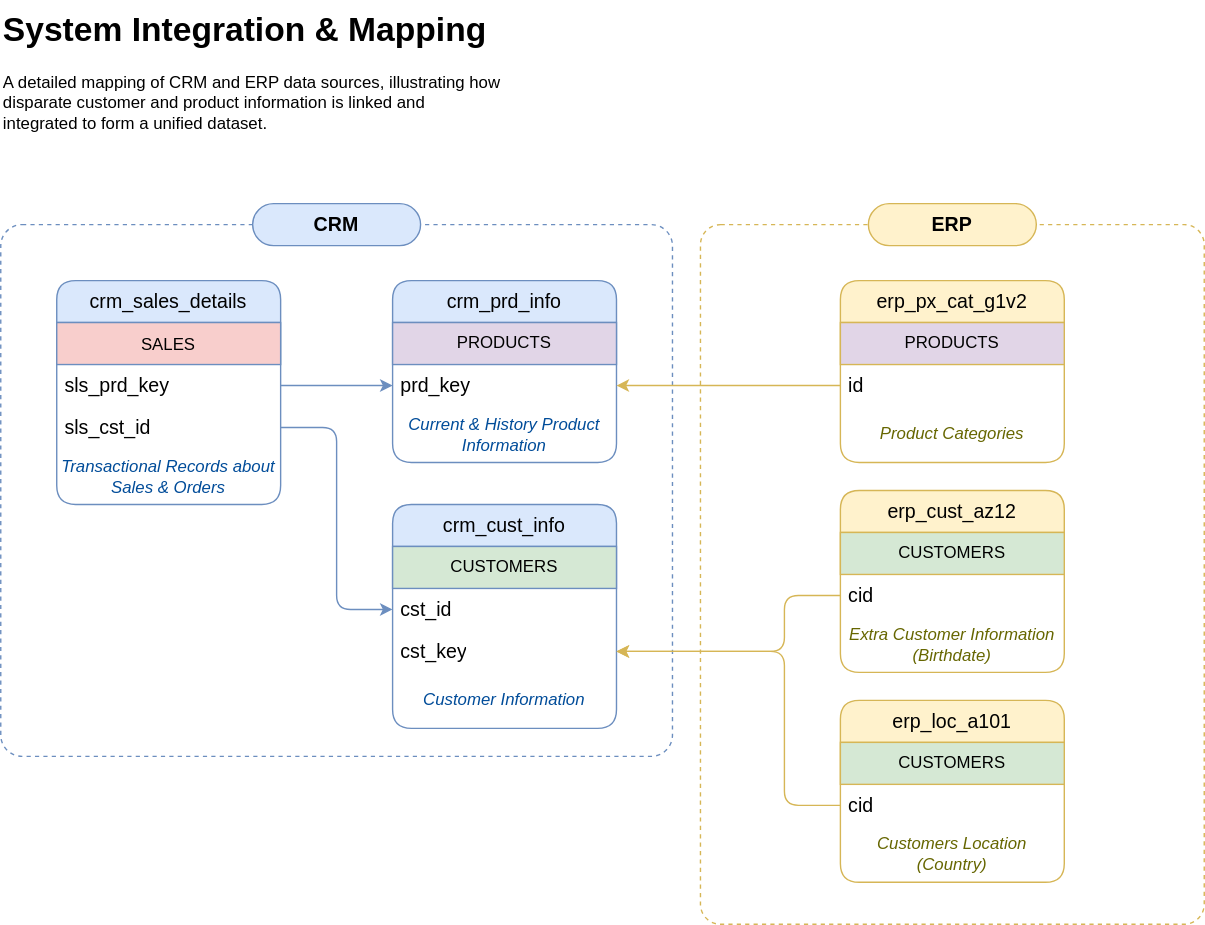
sohaib-atef/sql-data-warehouse-project keeps this draw.io diagram as docs/images/integration-model.drawio.svg. Above is the earlier version. Source tidied: cells renumbered, new cells last; positions are measured from the earlier drawing's top-left corner, leaving out a move shared by most shapes. Source of this version:
```xml
<mxGraphModel>
  <root>
    <mxCell id="0" />
    <mxCell id="1" parent="0" />
    <mxCell id="2" style="rounded=1;whiteSpace=wrap;html=1;arcSize=4;fillColor=#FFFFFF;strokeColor=#d6b656;dashed=1;" parent="1" vertex="1">
      <mxGeometry x="500" y="160" width="360" height="500" as="geometry" />
    </mxCell>
    <mxCell id="3" style="rounded=1;whiteSpace=wrap;html=1;arcSize=4;fillColor=#FFFFFF;strokeColor=#6c8ebf;dashed=1;" parent="1" vertex="1">
      <mxGeometry y="160" width="480" height="380" as="geometry" />
    </mxCell>
    <mxCell id="4" value="crm_cust_info" style="swimlane;fontStyle=0;horizontal=1;startSize=30;whiteSpace=wrap;html=1;rounded=1;fillColor=#dae8fc;strokeColor=#6c8ebf;fontSize=14;" parent="1" vertex="1">
      <mxGeometry x="280" y="360" width="160" height="160" as="geometry" />
    </mxCell>
    <mxCell id="5" value="&lt;font&gt;CUSTOMERS&lt;/font&gt;" style="text;html=1;strokeColor=#6C8EBF;fillColor=#d5e8d4;align=center;verticalAlign=middle;whiteSpace=wrap;overflow=hidden;fontSize=12;" parent="4" vertex="1">
      <mxGeometry y="30" width="160" height="30" as="geometry" />
    </mxCell>
    <mxCell id="6" value="cst_id" style="text;strokeColor=none;fillColor=none;align=left;verticalAlign=middle;spacingLeft=4;spacingRight=4;overflow=hidden;points=[[0,0.5],[1,0.5]];portConstraint=eastwest;whiteSpace=wrap;html=1;fontSize=14;" parent="4" vertex="1">
      <mxGeometry y="60" width="160" height="30" as="geometry" />
    </mxCell>
    <mxCell id="7" value="cst_key" style="text;strokeColor=none;fillColor=none;align=left;verticalAlign=middle;spacingLeft=4;spacingRight=4;overflow=hidden;points=[[0,0.5],[1,0.5]];portConstraint=eastwest;whiteSpace=wrap;html=1;fontSize=14;" parent="4" vertex="1">
      <mxGeometry y="90" width="160" height="30" as="geometry" />
    </mxCell>
    <mxCell id="8" value="Customer Information" style="text;html=1;whiteSpace=wrap;strokeColor=none;fillColor=none;align=center;verticalAlign=middle;rounded=1;fontColor=#004C99;spacingTop=0;labelBackgroundColor=none;labelBorderColor=none;textShadow=0;fontStyle=2;" parent="4" vertex="1">
      <mxGeometry y="120" width="160" height="40" as="geometry" />
    </mxCell>
    <mxCell id="9" value="crm_prd_info" style="swimlane;fontStyle=0;horizontal=1;startSize=30;whiteSpace=wrap;html=1;rounded=1;fillColor=#dae8fc;strokeColor=#6c8ebf;fontSize=14;" parent="1" vertex="1">
      <mxGeometry x="280" y="200" width="160" height="130" as="geometry" />
    </mxCell>
    <mxCell id="10" value="PRODUCTS" style="text;html=1;strokeColor=#6C8EBF;fillColor=#e1d5e7;align=center;verticalAlign=middle;whiteSpace=wrap;overflow=hidden;fontStyle=0;fontSize=12;" parent="9" vertex="1">
      <mxGeometry y="30" width="160" height="30" as="geometry" />
    </mxCell>
    <mxCell id="11" value="prd_key" style="text;strokeColor=none;fillColor=none;align=left;verticalAlign=middle;spacingLeft=4;spacingRight=4;overflow=hidden;points=[[0,0.5],[1,0.5]];portConstraint=eastwest;whiteSpace=wrap;html=1;fontSize=14;" parent="9" vertex="1">
      <mxGeometry y="60" width="160" height="30" as="geometry" />
    </mxCell>
    <mxCell id="12" value="Current &amp;amp; History Product Information" style="text;html=1;whiteSpace=wrap;strokeColor=none;fillColor=none;align=center;verticalAlign=middle;rounded=1;fontColor=#004C99;spacingTop=0;labelBackgroundColor=none;labelBorderColor=none;textShadow=0;fontStyle=2;" parent="9" vertex="1">
      <mxGeometry y="90" width="160" height="40" as="geometry" />
    </mxCell>
    <mxCell id="13" value="crm_sales_details" style="swimlane;fontStyle=0;horizontal=1;startSize=30;whiteSpace=wrap;html=1;rounded=1;fillColor=#dae8fc;strokeColor=#6c8ebf;fontSize=14;" parent="1" vertex="1">
      <mxGeometry x="40" y="200" width="160" height="160" as="geometry" />
    </mxCell>
    <mxCell id="14" value="&lt;font style=&quot;font-size: 12px;&quot;&gt;SALES&lt;/font&gt;" style="text;html=1;strokeColor=#6C8EBF;fillColor=#f8cecc;align=center;verticalAlign=middle;whiteSpace=wrap;overflow=hidden;fontSize=14;" parent="13" vertex="1">
      <mxGeometry y="30" width="160" height="30" as="geometry" />
    </mxCell>
    <mxCell id="15" value="sls_prd_key" style="text;strokeColor=none;fillColor=none;align=left;verticalAlign=middle;spacingLeft=4;spacingRight=4;overflow=hidden;points=[[0,0.5],[1,0.5]];portConstraint=eastwest;whiteSpace=wrap;html=1;fontSize=14;" parent="13" vertex="1">
      <mxGeometry y="60" width="160" height="30" as="geometry" />
    </mxCell>
    <mxCell id="16" value="sls_cst_id" style="text;strokeColor=none;fillColor=none;align=left;verticalAlign=middle;spacingLeft=4;spacingRight=4;overflow=hidden;points=[[0,0.5],[1,0.5]];portConstraint=eastwest;whiteSpace=wrap;html=1;fontSize=14;" parent="13" vertex="1">
      <mxGeometry y="90" width="160" height="30" as="geometry" />
    </mxCell>
    <mxCell id="17" value="Transactional Records about Sales &amp;amp; Orders" style="text;html=1;whiteSpace=wrap;strokeColor=none;fillColor=none;align=center;verticalAlign=middle;rounded=1;fontColor=#004C99;spacingTop=0;labelBackgroundColor=none;labelBorderColor=none;textShadow=0;fontStyle=2;" parent="13" vertex="1">
      <mxGeometry y="120" width="160" height="40" as="geometry" />
    </mxCell>
    <mxCell id="18" style="edgeStyle=orthogonalEdgeStyle;rounded=1;jettySize=auto;html=1;exitX=1;exitY=0.5;exitDx=0;exitDy=0;entryX=0;entryY=0.5;entryDx=0;entryDy=0;curved=0;fillColor=#dae8fc;strokeColor=#6c8ebf;" parent="1" edge="1" source="16" target="6">
      <mxGeometry relative="1" as="geometry" />
    </mxCell>
    <mxCell id="19" style="edgeStyle=orthogonalEdgeStyle;rounded=1;jettySize=auto;html=1;exitX=1;exitY=0.5;exitDx=0;exitDy=0;entryX=0;entryY=0.5;entryDx=0;entryDy=0;curved=0;fillColor=#dae8fc;strokeColor=#6c8ebf;" parent="1" edge="1" source="15" target="11">
      <mxGeometry relative="1" as="geometry" />
    </mxCell>
    <mxCell id="20" value="erp_cust_az12" style="swimlane;fontStyle=0;horizontal=1;startSize=30;whiteSpace=wrap;html=1;rounded=1;fillColor=#fff2cc;strokeColor=#d6b656;fontSize=14;" parent="1" vertex="1">
      <mxGeometry x="600" y="350" width="160" height="130" as="geometry" />
    </mxCell>
    <mxCell id="21" value="&lt;font&gt;CUSTOMERS&lt;/font&gt;" style="text;html=1;strokeColor=#D6B656;fillColor=#d5e8d4;align=center;verticalAlign=middle;whiteSpace=wrap;overflow=hidden;" parent="20" vertex="1">
      <mxGeometry y="30" width="160" height="30" as="geometry" />
    </mxCell>
    <mxCell id="22" value="cid" style="text;strokeColor=none;fillColor=none;align=left;verticalAlign=middle;spacingLeft=4;spacingRight=4;overflow=hidden;points=[[0,0.5],[1,0.5]];portConstraint=eastwest;whiteSpace=wrap;html=1;fontSize=14;" parent="20" vertex="1">
      <mxGeometry y="60" width="160" height="30" as="geometry" />
    </mxCell>
    <mxCell id="23" value="Extra Customer Information (Birthdate)" style="text;html=1;whiteSpace=wrap;strokeColor=none;fillColor=none;align=center;verticalAlign=middle;rounded=1;fontColor=#666600;spacingTop=0;labelBackgroundColor=none;labelBorderColor=none;textShadow=0;fontStyle=2;" parent="20" vertex="1">
      <mxGeometry y="90" width="160" height="40" as="geometry" />
    </mxCell>
    <mxCell id="24" value="erp_loc_a101" style="swimlane;fontStyle=0;horizontal=1;startSize=30;whiteSpace=wrap;html=1;rounded=1;fillColor=#fff2cc;strokeColor=#d6b656;fontSize=14;" parent="1" vertex="1">
      <mxGeometry x="600" y="500" width="160" height="130" as="geometry" />
    </mxCell>
    <mxCell id="25" value="&lt;font&gt;CUSTOMERS&lt;/font&gt;" style="text;html=1;strokeColor=#D6B656;fillColor=#d5e8d4;align=center;verticalAlign=middle;whiteSpace=wrap;overflow=hidden;fontSize=12;" parent="24" vertex="1">
      <mxGeometry y="30" width="160" height="30" as="geometry" />
    </mxCell>
    <mxCell id="26" value="cid" style="text;strokeColor=none;fillColor=none;align=left;verticalAlign=middle;spacingLeft=4;spacingRight=4;overflow=hidden;points=[[0,0.5],[1,0.5]];portConstraint=eastwest;whiteSpace=wrap;html=1;fontSize=14;" parent="24" vertex="1">
      <mxGeometry y="60" width="160" height="30" as="geometry" />
    </mxCell>
    <mxCell id="27" value="Customers Location (Country)" style="text;html=1;whiteSpace=wrap;strokeColor=none;fillColor=none;align=center;verticalAlign=middle;rounded=1;fontColor=#666600;spacingTop=0;labelBackgroundColor=none;labelBorderColor=none;textShadow=0;fontStyle=2;" parent="24" vertex="1">
      <mxGeometry y="90" width="160" height="40" as="geometry" />
    </mxCell>
    <mxCell id="28" value="erp_px_cat_g1v2" style="swimlane;fontStyle=0;horizontal=1;startSize=30;whiteSpace=wrap;html=1;rounded=1;fillColor=#fff2cc;strokeColor=#d6b656;fontSize=14;" parent="1" vertex="1">
      <mxGeometry x="600" y="200" width="160" height="130" as="geometry" />
    </mxCell>
    <mxCell id="29" value="&lt;font&gt;PRODUCTS&lt;/font&gt;" style="text;html=1;strokeColor=#D6B656;fillColor=#e1d5e7;align=center;verticalAlign=middle;whiteSpace=wrap;overflow=hidden;fontSize=12;" parent="28" vertex="1">
      <mxGeometry y="30" width="160" height="30" as="geometry" />
    </mxCell>
    <mxCell id="30" value="id" style="text;strokeColor=none;fillColor=none;align=left;verticalAlign=middle;spacingLeft=4;spacingRight=4;overflow=hidden;points=[[0,0.5],[1,0.5]];portConstraint=eastwest;whiteSpace=wrap;html=1;fontSize=14;" parent="28" vertex="1">
      <mxGeometry y="60" width="160" height="30" as="geometry" />
    </mxCell>
    <mxCell id="31" value="Product Categories" style="text;html=1;whiteSpace=wrap;strokeColor=none;fillColor=none;align=center;verticalAlign=middle;rounded=1;fontColor=#666600;spacingTop=0;labelBackgroundColor=none;labelBorderColor=none;textShadow=0;fontStyle=2;" parent="28" vertex="1">
      <mxGeometry y="90" width="160" height="40" as="geometry" />
    </mxCell>
    <mxCell id="32" style="edgeStyle=orthogonalEdgeStyle;rounded=1;jettySize=auto;html=1;exitX=0;exitY=0.5;exitDx=0;exitDy=0;entryX=1;entryY=0.5;entryDx=0;entryDy=0;curved=0;fillColor=#fff2cc;strokeColor=#d6b656;" parent="1" edge="1" source="22" target="7">
      <mxGeometry relative="1" as="geometry">
        <Array as="points">
          <mxPoint x="560" y="425" />
          <mxPoint x="560" y="465" />
        </Array>
      </mxGeometry>
    </mxCell>
    <mxCell id="33" style="edgeStyle=orthogonalEdgeStyle;rounded=1;jettySize=auto;html=1;exitX=0;exitY=0.5;exitDx=0;exitDy=0;entryX=1;entryY=0.5;entryDx=0;entryDy=0;fillColor=#fff2cc;strokeColor=#d6b656;curved=0;" parent="1" edge="1" source="26" target="7">
      <mxGeometry relative="1" as="geometry">
        <Array as="points">
          <mxPoint x="560" y="575" />
          <mxPoint x="560" y="465" />
        </Array>
      </mxGeometry>
    </mxCell>
    <mxCell id="34" style="edgeStyle=orthogonalEdgeStyle;rounded=1;jettySize=auto;html=1;exitX=0;exitY=0.5;exitDx=0;exitDy=0;entryX=1;entryY=0.5;entryDx=0;entryDy=0;curved=0;fillColor=#fff2cc;strokeColor=#d6b656;" parent="1" edge="1" source="30" target="11">
      <mxGeometry relative="1" as="geometry" />
    </mxCell>
    <mxCell id="35" value="CRM" style="rounded=1;whiteSpace=wrap;html=1;fillColor=#dae8fc;strokeColor=#6c8ebf;fontStyle=1;fontSize=14;arcSize=50;" parent="1" vertex="1">
      <mxGeometry x="180" y="145" width="120" height="30" as="geometry" />
    </mxCell>
    <mxCell id="36" value="ERP" style="rounded=1;whiteSpace=wrap;html=1;fillColor=#fff2cc;strokeColor=#d6b656;fontStyle=1;fontSize=14;arcSize=50;" parent="1" vertex="1">
      <mxGeometry x="620" y="145" width="120" height="30" as="geometry" />
    </mxCell>
    <mxCell id="37" value="&lt;h1 style=&quot;margin-top: 0px;&quot;&gt;System Integration &amp;amp; Mapping&lt;/h1&gt;&lt;p&gt;A detailed mapping of CRM and ERP data sources, illustrating how disparate customer and product information is linked and integrated to form a unified dataset.&lt;/p&gt;" style="text;html=1;whiteSpace=wrap;overflow=hidden;rounded=0;" parent="1" vertex="1">
      <mxGeometry width="360" height="120" as="geometry" />
    </mxCell>
  </root>
</mxGraphModel>
```
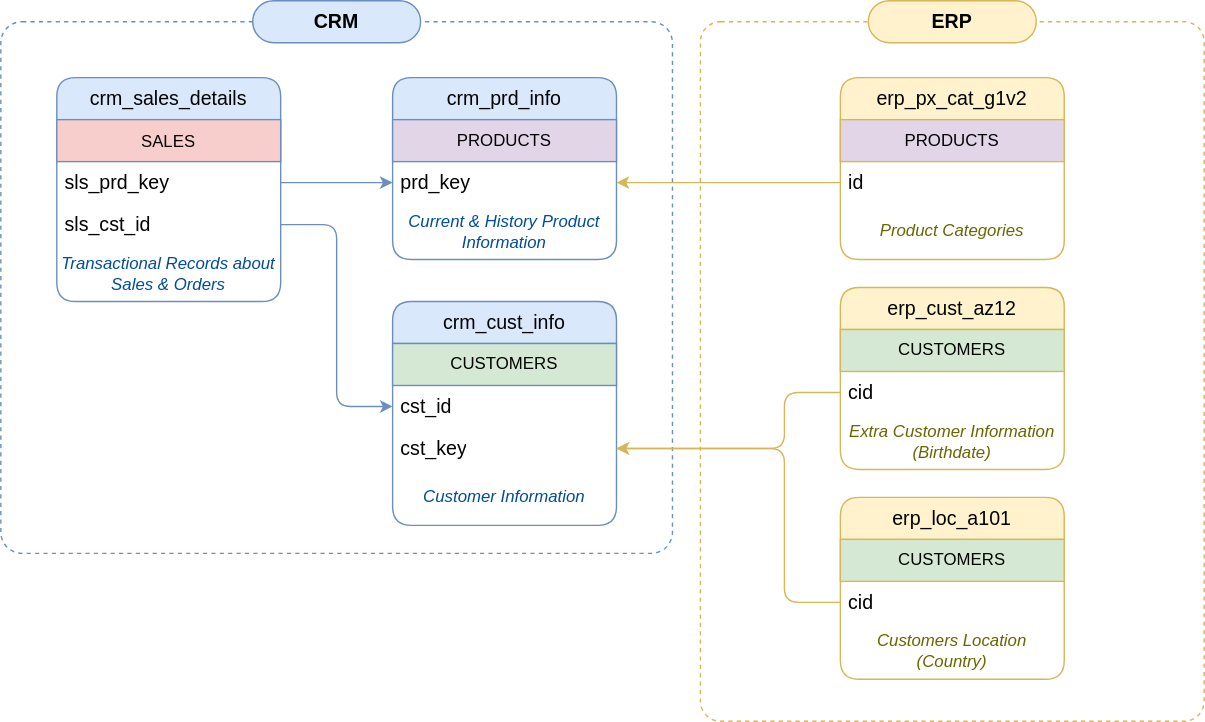
The same file after the commit.

What changed in the source:
```diff
@@ -117,8 +117,5 @@
     <mxCell id="36" value="ERP" style="rounded=1;whiteSpace=wrap;html=1;fillColor=#fff2cc;strokeColor=#d6b656;fontStyle=1;fontSize=14;arcSize=50;" parent="1" vertex="1">
       <mxGeometry x="620" y="145" width="120" height="30" as="geometry" />
     </mxCell>
-    <mxCell id="37" value="&lt;h1 style=&quot;margin-top: 0px;&quot;&gt;System Integration &amp;amp; Mapping&lt;/h1&gt;&lt;p&gt;A detailed mapping of CRM and ERP data sources, illustrating how disparate customer and product information is linked and integrated to form a unified dataset.&lt;/p&gt;" style="text;html=1;whiteSpace=wrap;overflow=hidden;rounded=0;" parent="1" vertex="1">
-      <mxGeometry width="360" height="120" as="geometry" />
-    </mxCell>
   </root>
 </mxGraphModel>
```
